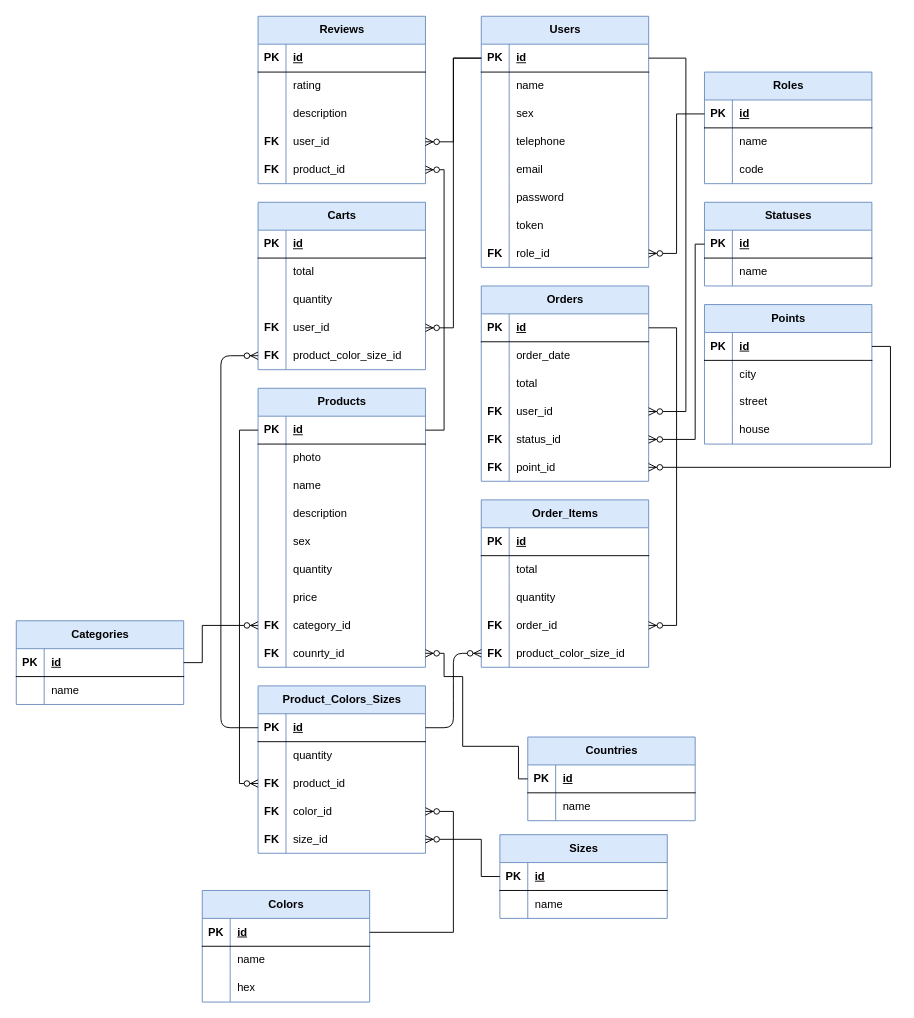
This is page "ЛМ" (2 of 3) of documents/Модели.drawio from Fatalex2005/secrets-of-the-east.ru, a draw.io file, before an edit. Source tidied: cells renumbered, new cells numbered last; positions are measured from the earlier drawing's top-left corner, leaving out a move shared by most shapes. Both pictures are drawn from the tidied source at 93%, with x=0, y=0 at pixel (16, 16).
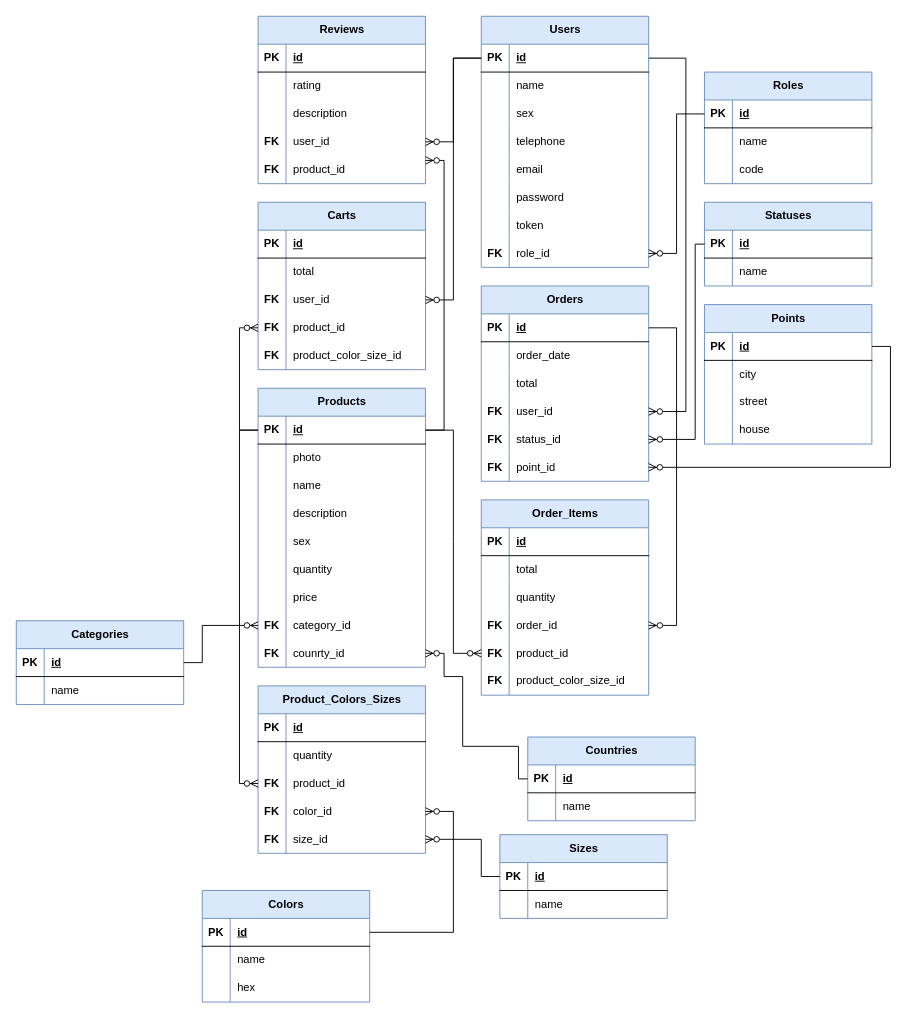
Above is the later version.

Unchanged cells that the change refers to:
```xml
<mxCell id="51" style="shape=tableRow;horizontal=0;startSize=0;swimlaneHead=0;swimlaneBody=0;fillColor=none;points=[[0,0.5],[1,0.5]];portConstraint=eastwest;top=0;left=0;right=0;bottom=0;" parent="38" vertex="1">
  <mxGeometry y="150" width="180" height="30" as="geometry" />
</mxCell>
<mxCell id="55" value="Carts" style="shape=table;startSize=30;childLayout=tableLayout;rowLines=0;fontStyle=1;align=center;html=1;fillColor=#dae8fc;strokeColor=#6c8ebf;" parent="1" vertex="1">
  <mxGeometry x="260" y="200" width="180" height="180" as="geometry" />
</mxCell>
<mxCell id="68" style="shape=tableRow;horizontal=0;startSize=0;swimlaneHead=0;swimlaneBody=0;fillColor=none;points=[[0,0.5],[1,0.5]];portConstraint=eastwest;top=0;left=0;right=0;bottom=0;" parent="55" vertex="1">
  <mxGeometry y="150" width="180" height="30" as="geometry" />
</mxCell>
<mxCell id="73" style="shape=tableRow;horizontal=0;startSize=0;swimlaneHead=0;swimlaneBody=0;fillColor=none;points=[[0,0.5],[1,0.5]];portConstraint=eastwest;top=0;left=0;right=0;bottom=1;" parent="72" vertex="1">
  <mxGeometry y="30" width="180" height="30" as="geometry" />
</mxCell>
<mxCell id="177" style="shape=tableRow;horizontal=0;startSize=0;swimlaneHead=0;swimlaneBody=0;fillColor=none;points=[[0,0.5],[1,0.5]];portConstraint=eastwest;top=0;left=0;right=0;bottom=1;" parent="176" vertex="1">
  <mxGeometry y="30" width="180" height="30" as="geometry" />
</mxCell>
```

Diff of the diagram source:
```diff
@@
-    <mxCell id="62" style="shape=tableRow;horizontal=0;startSize=0;swimlaneHead=0;swimlaneBody=0;fillColor=none;top=0;left=0;right=0;bottom=0;" parent="55" vertex="1">
-      <mxGeometry y="90" width="180" height="30" as="geometry" />
-    </mxCell>
-    <mxCell id="63" style="shape=partialRectangle;fillColor=none;top=0;left=0;bottom=0;right=0;overflow=hidden;whiteSpace=wrap;html=1;" parent="62" vertex="1">
-      <mxGeometry width="30" height="30" as="geometry" />
-    </mxCell>
-    <mxCell id="64" value="quantity" style="shape=partialRectangle;fillColor=none;top=0;left=0;bottom=0;right=0;align=left;spacingLeft=6;overflow=hidden;whiteSpace=wrap;html=1;" parent="62" vertex="1">
-      <mxGeometry x="30" width="150" height="30" as="geometry" />
-    </mxCell>
     <mxCell id="65" style="shape=tableRow;horizontal=0;startSize=0;swimlaneHead=0;swimlaneBody=0;fillColor=none;points=[[0,0.5],[1,0.5]];portConstraint=eastwest;top=0;left=0;right=0;bottom=0;" parent="55" vertex="1">
-      <mxGeometry y="120" width="180" height="30" as="geometry" />
+      <mxGeometry y="90" width="180" height="30" as="geometry" />
     </mxCell>
@@
+    <mxCell id="214" style="shape=tableRow;horizontal=0;startSize=0;swimlaneHead=0;swimlaneBody=0;fillColor=none;points=[[0,0.5],[1,0.5]];portConstraint=eastwest;top=0;left=0;right=0;bottom=0;" parent="55" vertex="1">
+      <mxGeometry y="120" width="180" height="30" as="geometry" />
+    </mxCell>
+    <mxCell id="215" value="&lt;b&gt;FK&lt;/b&gt;" style="shape=partialRectangle;fillColor=none;top=0;left=0;bottom=0;right=0;overflow=hidden;whiteSpace=wrap;html=1;" parent="214" vertex="1">
+      <mxGeometry width="30" height="30" as="geometry" />
+    </mxCell>
+    <mxCell id="216" value="product_id" style="shape=partialRectangle;fillColor=none;top=0;left=0;bottom=0;right=0;align=left;spacingLeft=6;overflow=hidden;whiteSpace=wrap;html=1;" parent="214" vertex="1">
+      <mxGeometry x="30" width="150" height="30" as="geometry" />
+    </mxCell>
@@
     <mxCell id="100" value="Order_Items" style="shape=table;startSize=30;childLayout=tableLayout;rowLines=0;fontStyle=1;align=center;html=1;fillColor=#dae8fc;strokeColor=#6c8ebf;" parent="1" vertex="1">
-      <mxGeometry x="500" y="520" width="180" height="180" as="geometry" />
+      <mxGeometry x="500" y="520" width="180" height="210" as="geometry" />
     </mxCell>
@@
+    <mxCell id="217" style="shape=tableRow;horizontal=0;startSize=0;swimlaneHead=0;swimlaneBody=0;fillColor=none;points=[[0,0.5],[1,0.5]];portConstraint=eastwest;top=0;left=0;right=0;bottom=0;" parent="100" vertex="1">
+      <mxGeometry y="150" width="180" height="30" as="geometry" />
+    </mxCell>
+    <mxCell id="218" value="&lt;b&gt;FK&lt;/b&gt;" style="shape=partialRectangle;fillColor=none;top=0;left=0;bottom=0;right=0;overflow=hidden;whiteSpace=wrap;html=1;" parent="217" vertex="1">
+      <mxGeometry width="30" height="30" as="geometry" />
+    </mxCell>
+    <mxCell id="219" value="product_id" style="shape=partialRectangle;fillColor=none;top=0;left=0;bottom=0;right=0;align=left;spacingLeft=6;overflow=hidden;whiteSpace=wrap;html=1;" parent="217" vertex="1">
+      <mxGeometry x="30" width="150" height="30" as="geometry" />
+    </mxCell>
     <mxCell id="113" style="shape=tableRow;horizontal=0;startSize=0;swimlaneHead=0;swimlaneBody=0;fillColor=none;points=[[0,0.5],[1,0.5]];portConstraint=eastwest;top=0;left=0;right=0;bottom=0;" parent="100" vertex="1">
-      <mxGeometry y="150" width="180" height="30" as="geometry" />
+      <mxGeometry y="180" width="180" height="30" as="geometry" />
     </mxCell>
@@
     <mxCell id="175" style="edgeStyle=orthogonalEdgeStyle;fontSize=12;html=1;endArrow=ERzeroToMany;endFill=1;rounded=0;" parent="1" edge="1" source="73" target="51">
       <mxGeometry relative="1" as="geometry">
         <Array as="points">
           <mxPoint x="460" y="445" />
-          <mxPoint x="460" y="165" />
+          <mxPoint x="460" y="155" />
         </Array>
       </mxGeometry>
     </mxCell>
+    <mxCell id="220" style="edgeStyle=orthogonalEdgeStyle;fontSize=12;html=1;endArrow=ERzeroToMany;endFill=1;rounded=0;" parent="1" edge="1" source="73" target="214">
+      <mxGeometry relative="1" as="geometry">
+        <Array as="points">
+          <mxPoint x="240" y="445" />
+          <mxPoint x="240" y="335" />
+        </Array>
+      </mxGeometry>
+    </mxCell>
+    <mxCell id="221" style="edgeStyle=entityRelationEdgeStyle;fontSize=12;html=1;endArrow=ERzeroToMany;endFill=1;rounded=0;" parent="1" edge="1" source="73" target="217">
+      <mxGeometry relative="1" as="geometry" />
+    </mxCell>
@@
-    <mxCell id="212" style="edgeStyle=orthogonalEdgeStyle;fontSize=12;html=1;endArrow=ERzeroToMany;endFill=1;" parent="1" edge="1" source="177" target="68">
-      <mxGeometry relative="1" as="geometry">
-        <Array as="points">
-          <mxPoint x="220" y="765" />
-          <mxPoint x="220" y="365" />
-        </Array>
-      </mxGeometry>
-    </mxCell>
-    <mxCell id="213" style="edgeStyle=entityRelationEdgeStyle;fontSize=12;html=1;endArrow=ERzeroToMany;endFill=1;" parent="1" edge="1" source="177" target="113">
-      <mxGeometry relative="1" as="geometry" />
-    </mxCell>
```
